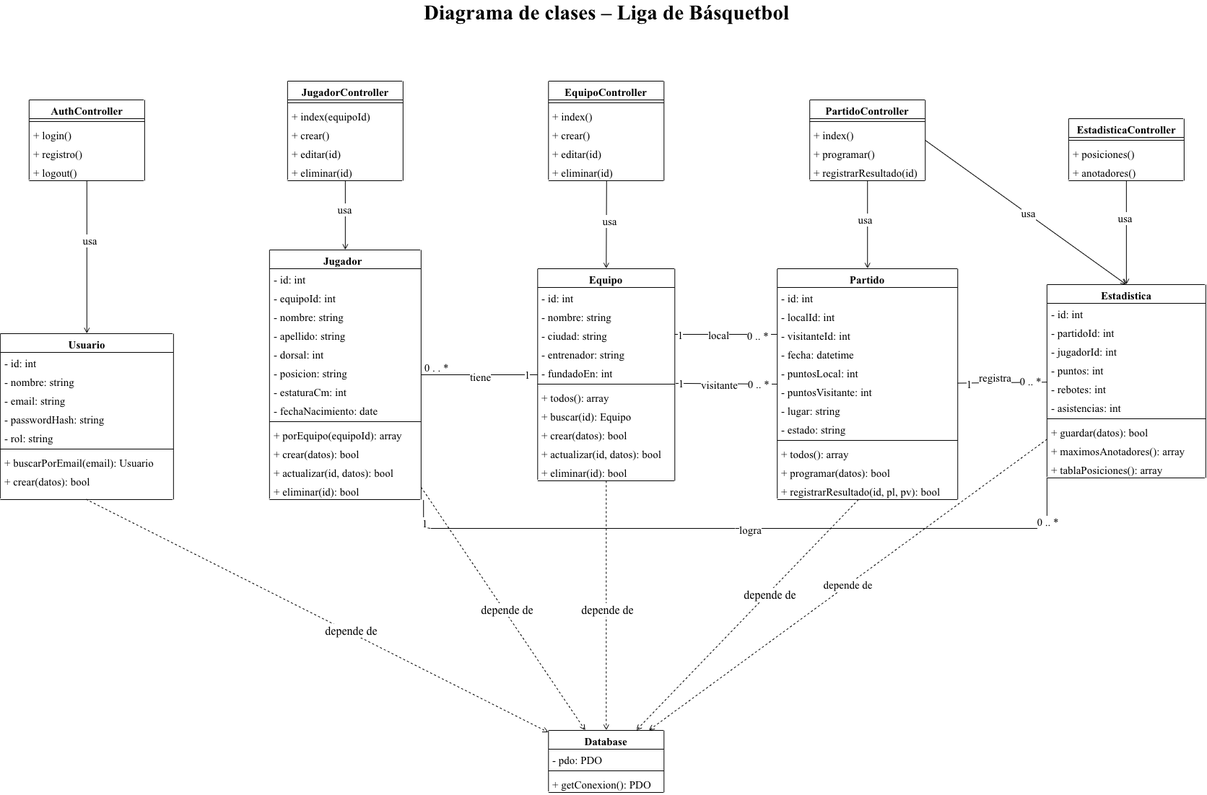
202312505e-sys/liga-basquetball keeps this draw.io diagram as doc/diagramas/05_diagrama_clases.drawio.png. Above is the earlier version. Source tidied: cells renumbered, new cells last; positions are measured from the earlier drawing's top-left corner, leaving out a move shared by most shapes.
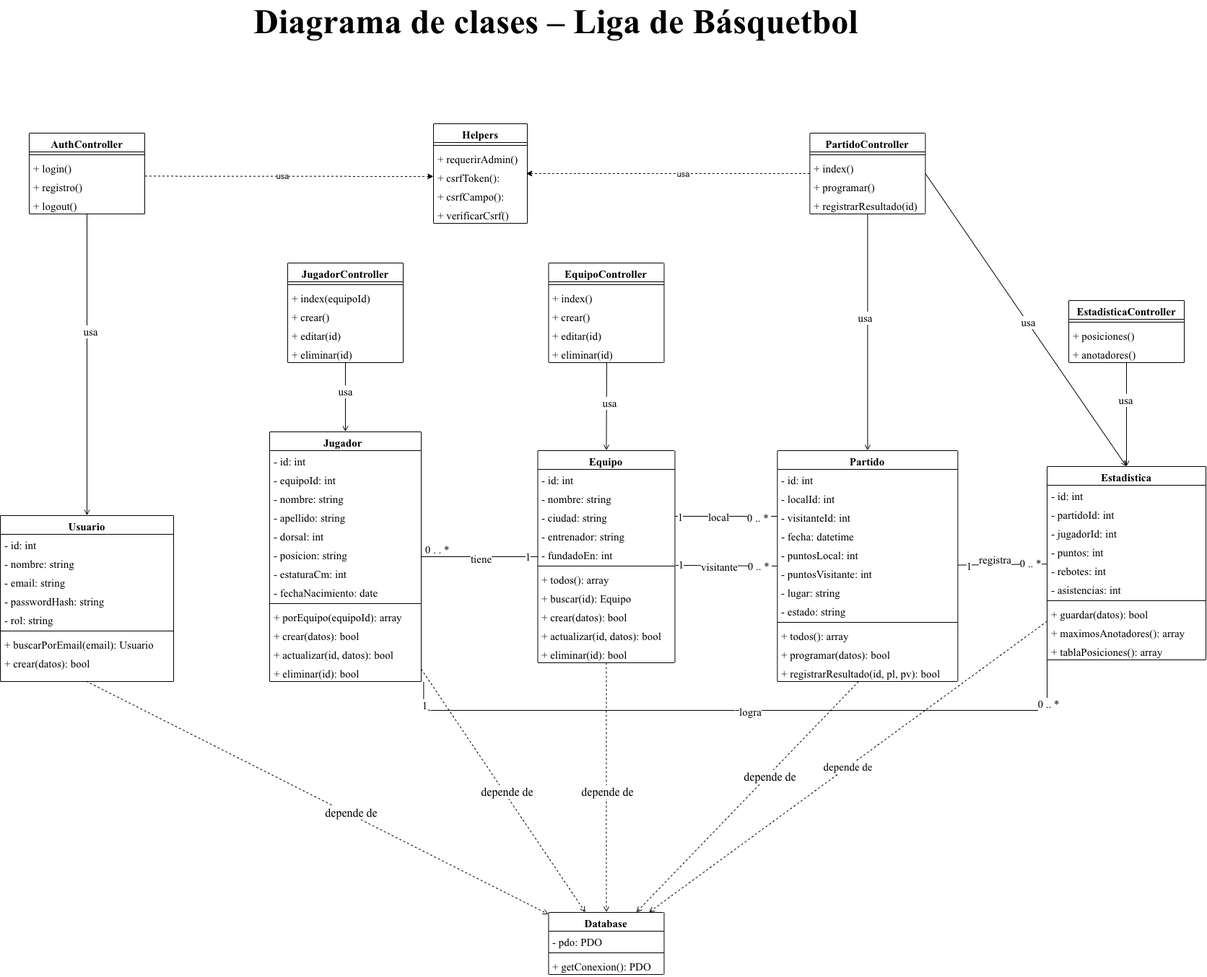
After the change.

Commit message:
Actualiza diagrama de clases con las funciones de seguridad

Change to the diagram source:
```diff
@@ -258,8 +258,14 @@
     <mxCell id="83" value="usa" style="edgeLabel;html=1;align=center;verticalAlign=middle;fontFamily=Times New Roman;fontSize=15;" parent="82" vertex="1">
       <mxGeometry x="-0.22" y="4" relative="1" as="geometry" />
     </mxCell>
+    <mxCell id="133" style="edgeStyle=none;html=1;dashed=1;entryX=0;entryY=0.5;entryDx=0;entryDy=0;exitX=1.003;exitY=0.984;exitDx=0;exitDy=0;exitPerimeter=0;" parent="1" edge="1" source="86" target="138">
+      <mxGeometry relative="1" as="geometry" />
+    </mxCell>
+    <mxCell id="134" value="usa" style="edgeLabel;html=1;align=center;verticalAlign=middle;" parent="133" vertex="1">
+      <mxGeometry x="-0.05" relative="1" as="geometry" />
+    </mxCell>
     <mxCell id="84" value="&lt;span style=&quot;caret-color: rgb(0, 0, 0); text-align: start;&quot;&gt;AuthController&lt;/span&gt;" style="swimlane;fontStyle=1;align=center;verticalAlign=top;horizontal=1;startSize=26;whiteSpace=wrap;html=1;fontFamily=Times New Roman;fontSize=15;fontColor=#000000;" parent="1" vertex="1">
-      <mxGeometry x="40" y="136" width="160" height="112" as="geometry" />
+      <mxGeometry x="40" y="-70" width="160" height="112" as="geometry" />
     </mxCell>
     <mxCell id="85" style="line;strokeWidth=1;fillColor=none;align=left;verticalAlign=middle;spacingTop=-1;spacingLeft=3;spacingRight=3;labelPosition=right;strokeColor=inherit;fontFamily=Times New Roman;fontSize=15;" parent="84" vertex="1">
       <mxGeometry y="26" width="160" height="8" as="geometry" />
@@ -334,7 +340,7 @@
       <mxGeometry x="0.01" y="1" relative="1" as="geometry" />
     </mxCell>
     <mxCell id="109" value="&lt;span style=&quot;caret-color: rgb(0, 0, 0); text-align: start;&quot;&gt;PartidoController&lt;/span&gt;" style="swimlane;fontStyle=1;align=center;verticalAlign=top;horizontal=1;startSize=26;whiteSpace=wrap;html=1;fontFamily=Times New Roman;fontSize=15;fontColor=#000000;" parent="1" vertex="1">
-      <mxGeometry x="1121.4" y="136" width="160" height="112" as="geometry" />
+      <mxGeometry x="1121.4" y="-70" width="160" height="112" as="geometry" />
     </mxCell>
     <mxCell id="110" style="line;strokeWidth=1;fillColor=none;align=left;verticalAlign=middle;spacingTop=-1;spacingLeft=3;spacingRight=3;labelPosition=right;strokeColor=inherit;fontFamily=Times New Roman;fontSize=15;" parent="109" vertex="1">
       <mxGeometry y="26" width="160" height="8" as="geometry" />
@@ -411,8 +417,32 @@
     <mxCell id="131" value="0 .. *" style="edgeLabel;html=1;align=center;verticalAlign=middle;fontFamily=Times New Roman;fontSize=15;" parent="128" vertex="1">
       <mxGeometry x="0.88" y="-1" relative="1" as="geometry" />
     </mxCell>
-    <mxCell id="132" value="&lt;span style=&quot;caret-color: rgb(0, 0, 0); color: rgb(0, 0, 0); text-align: start;&quot;&gt;&lt;b style=&quot;&quot;&gt;&lt;font face=&quot;Times New Roman&quot; style=&quot;font-size: 29px;&quot;&gt;Diagrama de clases – Liga de Básquetbol&lt;/font&gt;&lt;/b&gt;&lt;/span&gt;" style="text;html=1;whiteSpace=wrap;strokeColor=none;fillColor=none;align=center;verticalAlign=middle;rounded=0;" parent="1" vertex="1">
-      <mxGeometry x="525" width="630" height="30" as="geometry" />
+    <mxCell id="132" value="&lt;span style=&quot;caret-color: rgb(0, 0, 0); color: rgb(0, 0, 0); text-align: start;&quot;&gt;&lt;b style=&quot;&quot;&gt;&lt;font face=&quot;Times New Roman&quot; style=&quot;font-size: 48px;&quot;&gt;Diagrama de clases – Liga de Básquetbol&lt;/font&gt;&lt;/b&gt;&lt;/span&gt;" style="text;html=1;whiteSpace=wrap;strokeColor=none;fillColor=none;align=center;verticalAlign=middle;rounded=0;" parent="1" vertex="1">
+      <mxGeometry x="250" y="-240" width="1040" height="30" as="geometry" />
     </mxCell>
+    <mxCell id="135" value="&lt;span style=&quot;color: rgb(0, 0, 0);&quot;&gt;&lt;font face=&quot;Times New Roman&quot; style=&quot;font-size: 15px;&quot;&gt;Helpers&lt;/font&gt;&lt;/span&gt;" style="swimlane;fontStyle=1;align=center;verticalAlign=top;horizontal=1;startSize=26;whiteSpace=wrap;html=1;fontFamily=Times New Roman;fontSize=15;fontColor=#000000;" parent="1" vertex="1">
+      <mxGeometry x="600" y="-83" width="130" height="138" as="geometry" />
+    </mxCell>
+    <mxCell id="136" style="line;strokeWidth=1;fillColor=none;align=left;verticalAlign=middle;spacingTop=-1;spacingLeft=3;spacingRight=3;labelPosition=right;strokeColor=inherit;fontFamily=Times New Roman;fontSize=15;" parent="135" vertex="1">
+      <mxGeometry y="26" width="130" height="8" as="geometry" />
+    </mxCell>
+    <mxCell id="137" value="+ requerirAdmin()" style="text;strokeColor=none;fillColor=none;align=left;verticalAlign=top;spacingLeft=4;spacingRight=4;overflow=hidden;whiteSpace=wrap;html=1;fontFamily=Times New Roman;fontSize=15;" parent="135" vertex="1">
+      <mxGeometry y="34" width="130" height="26" as="geometry" />
+    </mxCell>
+    <mxCell id="138" value="+ csrfToken(): string" style="text;strokeColor=none;fillColor=none;align=left;verticalAlign=top;spacingLeft=4;spacingRight=4;overflow=hidden;points=[[0,0.5],[1,0.5]];portConstraint=eastwest;whiteSpace=wrap;html=1;fontFamily=Times New Roman;fontSize=15;" parent="135" vertex="1">
+      <mxGeometry y="60" width="130" height="26" as="geometry" />
+    </mxCell>
+    <mxCell id="139" value="+ csrfCampo(): string" style="text;strokeColor=none;fillColor=none;align=left;verticalAlign=top;spacingLeft=4;spacingRight=4;overflow=hidden;whiteSpace=wrap;html=1;fontFamily=Times New Roman;fontSize=15;" parent="135" vertex="1">
+      <mxGeometry y="86" width="130" height="26" as="geometry" />
+    </mxCell>
+    <mxCell id="140" value="+ verificarCsrf()" style="text;strokeColor=none;fillColor=none;align=left;verticalAlign=top;spacingLeft=4;spacingRight=4;overflow=hidden;whiteSpace=wrap;html=1;fontFamily=Times New Roman;fontSize=15;" parent="135" vertex="1">
+      <mxGeometry y="112" width="130" height="26" as="geometry" />
+    </mxCell>
+    <mxCell id="141" style="edgeStyle=none;html=1;entryX=0.987;entryY=0.346;entryDx=0;entryDy=0;entryPerimeter=0;exitX=0;exitY=0.5;exitDx=0;exitDy=0;dashed=1;" parent="1" edge="1" source="109" target="138">
+      <mxGeometry relative="1" as="geometry" />
+    </mxCell>
+    <mxCell id="142" value="usa" style="edgeLabel;html=1;align=center;verticalAlign=middle;" parent="141" vertex="1">
+      <mxGeometry x="-0.11" y="1" relative="1" as="geometry" />
+    </mxCell>
   </root>
 </mxGraphModel>
```
